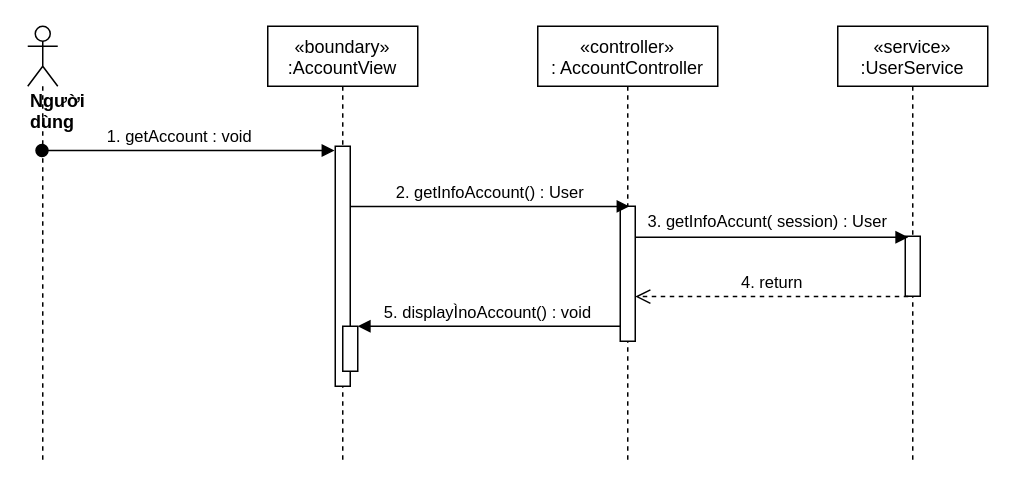
Before: sequence diagram/getMyInfo-sequence.drawio in nguyenphamvan/datn_20202, a draw.io diagram. Source tidied: cells renumbered, new cells numbered last; positions are measured from the earlier drawing's top-left corner, leaving out a move shared by most shapes. Both pictures are drawn from the tidied source at 150%, with x=0, y=0 at pixel (27, 26).
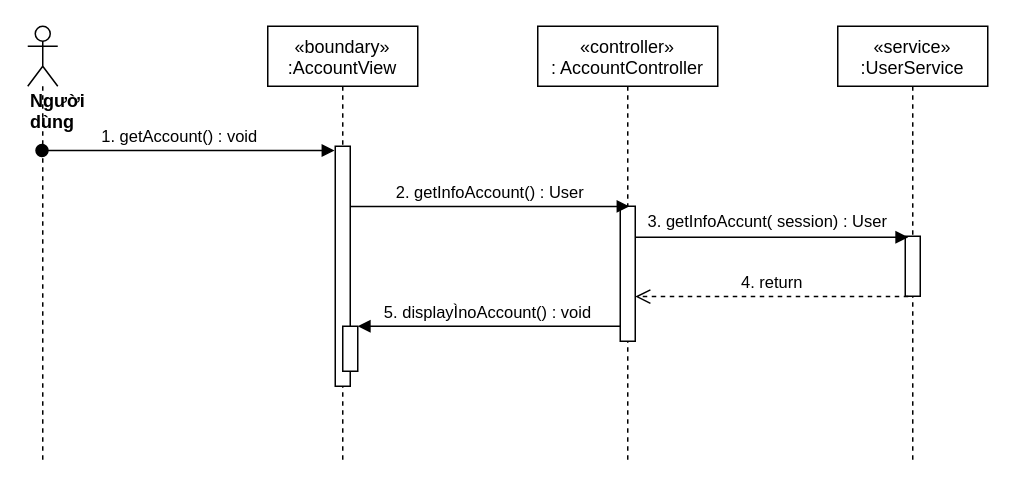
Above is the later version.

What changed in the source:
```diff
@@
 <mxGraphModel>
   <root>
     <mxCell id="0" />
     <mxCell id="1" parent="0" />
     <mxCell id="2" value="«boundary»&#10;:AccountView" style="shape=umlLifeline;perimeter=lifelinePerimeter;rounded=0;shadow=0;strokeWidth=1;" parent="1" vertex="1">
       <mxGeometry x="160" width="100" height="290" as="geometry" />
     </mxCell>
     <mxCell id="3" style="points=[];perimeter=orthogonalPerimeter;rounded=0;shadow=0;strokeWidth=1;" parent="2" vertex="1">
       <mxGeometry x="45" y="80" width="10" height="160" as="geometry" />
     </mxCell>
     <mxCell id="4" value="«controller»&#10;: AccountController" style="shape=umlLifeline;perimeter=lifelinePerimeter;rounded=0;shadow=0;strokeWidth=1;" parent="1" vertex="1">
       <mxGeometry x="340" width="120" height="290" as="geometry" />
     </mxCell>
     <mxCell id="5" style="points=[];perimeter=orthogonalPerimeter;rounded=0;shadow=0;strokeWidth=1;" parent="4" vertex="1">
       <mxGeometry x="55" y="120" width="10" height="90" as="geometry" />
     </mxCell>
     <mxCell id="6" value="&lt;div&gt;&lt;b&gt;Người dùng&lt;/b&gt;&lt;/div&gt;" style="shape=umlLifeline;participant=umlActor;perimeter=lifelinePerimeter;whiteSpace=wrap;html=1;verticalAlign=top;spacingTop=36;outlineConnect=0;align=left;" parent="1" vertex="1">
       <mxGeometry width="20" height="290" as="geometry" />
     </mxCell>
-    <mxCell id="7" value="1. getAccount : void" style="verticalAlign=bottom;startArrow=oval;endArrow=block;startSize=8;shadow=0;strokeWidth=1;entryX=-0.05;entryY=0.018;entryDx=0;entryDy=0;entryPerimeter=0;" parent="1" edge="1" source="6" target="3">
+    <mxCell id="7" value="1. getAccount() : void" style="verticalAlign=bottom;startArrow=oval;endArrow=block;startSize=8;shadow=0;strokeWidth=1;entryX=-0.05;entryY=0.018;entryDx=0;entryDy=0;entryPerimeter=0;" parent="1" edge="1" source="6" target="3">
       <mxGeometry x="-0.06" relative="1" as="geometry" />
     </mxCell>
     <mxCell id="8" value="«service»&#10;:UserService" style="shape=umlLifeline;perimeter=lifelinePerimeter;rounded=0;shadow=0;strokeWidth=1;" parent="1" vertex="1">
       <mxGeometry x="540" width="100" height="290" as="geometry" />
     </mxCell>
     <mxCell id="9" style="points=[];perimeter=orthogonalPerimeter;rounded=0;shadow=0;strokeWidth=1;" parent="8" vertex="1">
       <mxGeometry x="45" y="140" width="10" height="40" as="geometry" />
     </mxCell>
     <mxCell id="10" value="2. getInfoAccount() : User" style="html=1;verticalAlign=bottom;endArrow=block;entryX=0.617;entryY=0.001;entryDx=0;entryDy=0;entryPerimeter=0;" parent="1" edge="1" source="3" target="5">
       <mxGeometry relative="1" as="geometry" />
     </mxCell>
     <mxCell id="11" style="html=1;verticalAlign=bottom;endArrow=block;entryX=0.2;entryY=0.017;entryDx=0;entryDy=0;entryPerimeter=0;" parent="1" edge="1" source="5" target="9">
       <mxGeometry relative="1" as="geometry" />
     </mxCell>
     <mxCell id="12" value="3. getInfoAccunt( session) : User" style="edgeLabel;html=1;align=center;verticalAlign=middle;" parent="11" vertex="1">
       <mxGeometry x="-0.08" y="4" relative="1" as="geometry">
         <mxPoint x="3" y="-7" as="offset" />
       </mxGeometry>
     </mxCell>
     <mxCell id="13" value="4. return" style="html=1;verticalAlign=bottom;endArrow=open;dashed=1;endSize=8;exitX=0.2;exitY=1.006;exitDx=0;exitDy=0;exitPerimeter=0;" parent="1" edge="1" source="9" target="5">
       <mxGeometry relative="1" as="geometry" />
     </mxCell>
     <mxCell id="14" value="5. displayÌnoAccount() : void" style="verticalAlign=bottom;endArrow=block;shadow=0;strokeWidth=1;" parent="1" edge="1" source="5" target="15">
       <mxGeometry relative="1" as="geometry" />
     </mxCell>
     <mxCell id="15" style="html=1;points=[];perimeter=orthogonalPerimeter;" parent="1" vertex="1">
       <mxGeometry x="210" y="200" width="10" height="30" as="geometry" />
     </mxCell>
   </root>
 </mxGraphModel>
```
